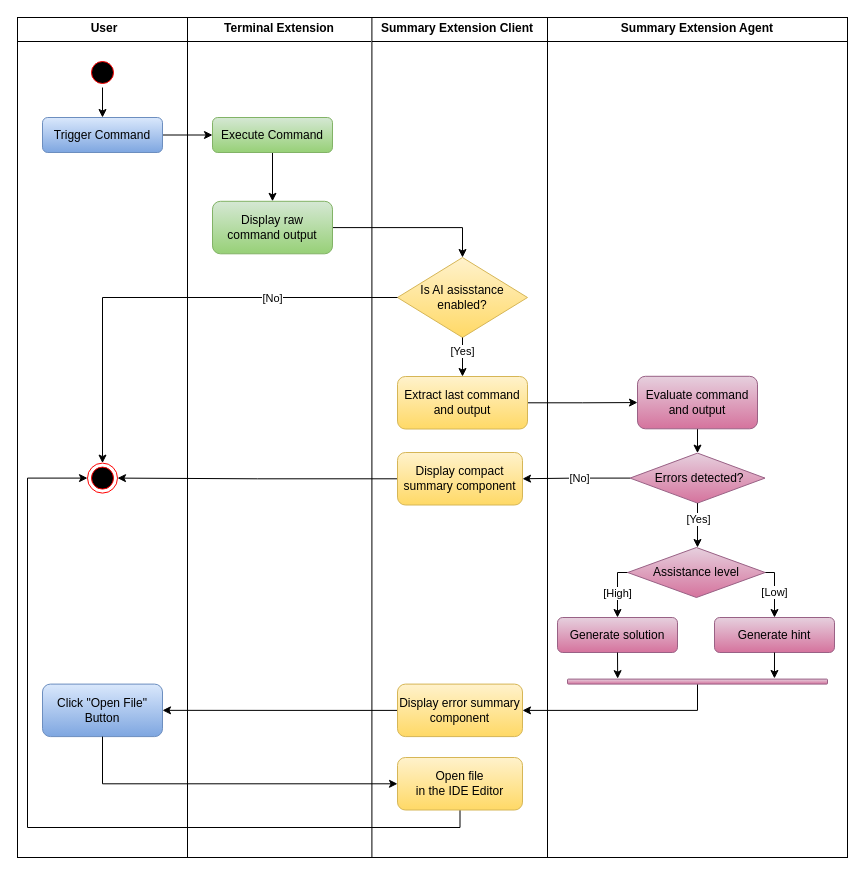
This is figures/activitydiagram.drawio from Fangoling/bachelor-thesis, a draw.io file, before an edit. Source tidied: cells renumbered, new cells numbered last; positions are measured from the earlier drawing's top-left corner, leaving out a move shared by most shapes. Both pictures are drawn from the tidied source at 100%, with x=0, y=0 at pixel (17, 17).
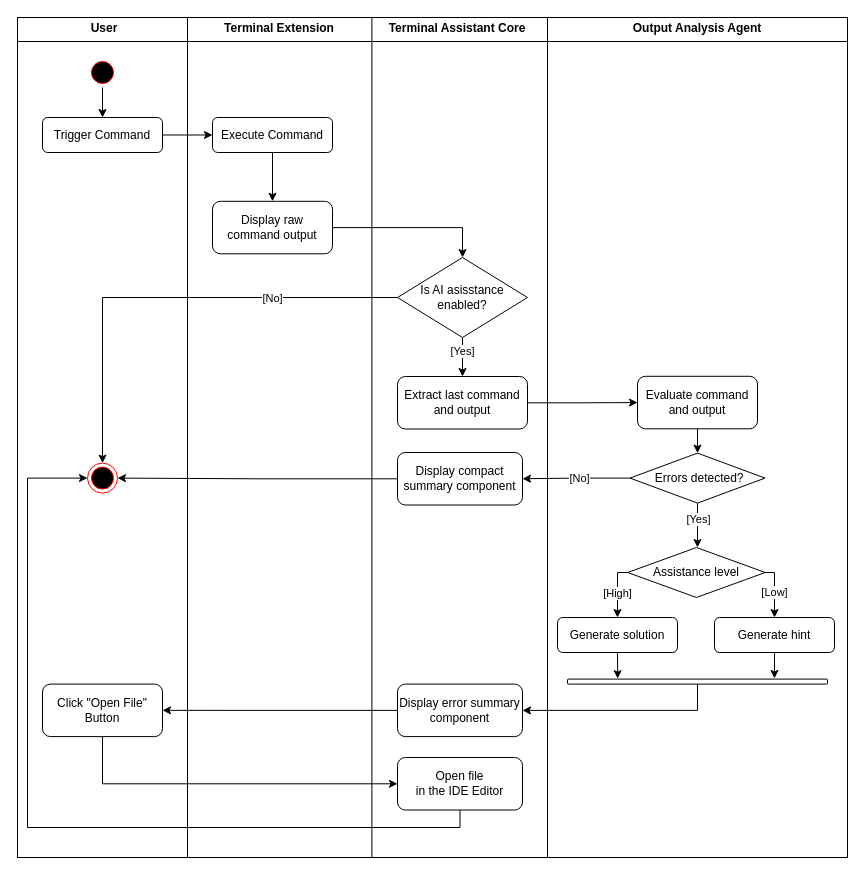
After the change.

Change to the diagram source:
```diff
@@
-    <mxCell id="2" value="&lt;p style=&quot;margin:0px;margin-top:4px;text-align:center;&quot;&gt;&lt;b&gt;Summary Extension Client&lt;/b&gt;&lt;/p&gt;&lt;hr size=&quot;1&quot; style=&quot;border-style:solid;&quot;&gt;&lt;div style=&quot;height:2px;&quot;&gt;&lt;br&gt;&lt;/div&gt;" style="verticalAlign=top;align=left;overflow=fill;html=1;whiteSpace=wrap;" parent="1" vertex="1">
+    <mxCell id="2" value="&lt;p style=&quot;margin:0px;margin-top:4px;text-align:center;&quot;&gt;&lt;b&gt;Terminal Assistant Core&lt;/b&gt;&lt;/p&gt;&lt;hr size=&quot;1&quot; style=&quot;border-style:solid;&quot;&gt;&lt;div style=&quot;height:2px;&quot;&gt;&lt;br&gt;&lt;/div&gt;" style="verticalAlign=top;align=left;overflow=fill;html=1;whiteSpace=wrap;" parent="1" vertex="1">
       <mxGeometry x="350" width="180" height="840" as="geometry" />
     </mxCell>
@@
-    <mxCell id="5" value="&lt;p style=&quot;margin:0px;margin-top:4px;text-align:center;&quot;&gt;&lt;b&gt;Summary Extension Agent&lt;/b&gt;&lt;/p&gt;&lt;hr size=&quot;1&quot; style=&quot;border-style:solid;&quot;&gt;&lt;div style=&quot;height:2px;&quot;&gt;&lt;br&gt;&lt;/div&gt;" style="verticalAlign=top;align=left;overflow=fill;html=1;whiteSpace=wrap;" parent="1" vertex="1">
+    <mxCell id="5" value="&lt;p style=&quot;margin:0px;margin-top:4px;text-align:center;&quot;&gt;&lt;b&gt;Output Analysis Agent&lt;/b&gt;&lt;/p&gt;&lt;hr size=&quot;1&quot; style=&quot;border-style:solid;&quot;&gt;&lt;div style=&quot;height:2px;&quot;&gt;&lt;br&gt;&lt;/div&gt;" style="verticalAlign=top;align=left;overflow=fill;html=1;whiteSpace=wrap;" parent="1" vertex="1">
       <mxGeometry x="530" width="300" height="840" as="geometry" />
     </mxCell>
@@
-    <mxCell id="7" value="Trigger Command" style="rounded=1;whiteSpace=wrap;html=1;fillColor=#dae8fc;gradientColor=#7ea6e0;strokeColor=#6c8ebf;" parent="1" vertex="1">
+    <mxCell id="7" value="Trigger Command" style="rounded=1;whiteSpace=wrap;html=1;" parent="1" vertex="1">
       <mxGeometry x="25" y="100" width="120" height="35" as="geometry" />
     </mxCell>
@@
-    <mxCell id="10" value="Click &quot;Open File&quot; Button" style="rounded=1;whiteSpace=wrap;html=1;fillColor=#dae8fc;gradientColor=#7ea6e0;strokeColor=#6c8ebf;" parent="1" vertex="1">
+    <mxCell id="10" value="Click &quot;Open File&quot; Button" style="rounded=1;whiteSpace=wrap;html=1;" parent="1" vertex="1">
       <mxGeometry x="25" y="666.6" width="120" height="52.5" as="geometry" />
     </mxCell>
-    <mxCell id="11" value="Is AI asisstance enabled?" style="rhombus;whiteSpace=wrap;html=1;fillColor=#fff2cc;gradientColor=#ffd966;strokeColor=#d6b656;" parent="1" vertex="1">
+    <mxCell id="11" value="Is AI asisstance enabled?" style="rhombus;whiteSpace=wrap;html=1;" parent="1" vertex="1">
       <mxGeometry x="380" y="240" width="130" height="80" as="geometry" />
     </mxCell>
@@
-    <mxCell id="13" value="Display raw command o&lt;span style=&quot;background-color: transparent; color: light-dark(rgb(0, 0, 0), rgb(255, 255, 255));&quot;&gt;utput&lt;/span&gt;" style="rounded=1;whiteSpace=wrap;html=1;fillColor=#d5e8d4;gradientColor=#97d077;strokeColor=#82b366;" parent="1" vertex="1">
+    <mxCell id="13" value="Display raw command o&lt;span style=&quot;background-color: transparent; color: light-dark(rgb(0, 0, 0), rgb(255, 255, 255));&quot;&gt;utput&lt;/span&gt;" style="rounded=1;whiteSpace=wrap;html=1;" parent="1" vertex="1">
       <mxGeometry x="195" y="183.8" width="120" height="52.5" as="geometry" />
     </mxCell>
@@
-    <mxCell id="17" value="Generate solution" style="rounded=1;whiteSpace=wrap;html=1;fillColor=#e6d0de;gradientColor=#d5739d;strokeColor=#996185;" parent="1" vertex="1">
+    <mxCell id="17" value="Generate solution" style="rounded=1;whiteSpace=wrap;html=1;" parent="1" vertex="1">
       <mxGeometry x="540" y="600" width="120" height="35" as="geometry" />
     </mxCell>
@@
-    <mxCell id="20" value="Generate hint" style="rounded=1;whiteSpace=wrap;html=1;fillColor=#e6d0de;gradientColor=#d5739d;strokeColor=#996185;" parent="1" vertex="1">
+    <mxCell id="20" value="Generate hint" style="rounded=1;whiteSpace=wrap;html=1;" parent="1" vertex="1">
       <mxGeometry x="697" y="600" width="120" height="35" as="geometry" />
     </mxCell>
@@
-    <mxCell id="23" value="Display error summary component" style="rounded=1;whiteSpace=wrap;html=1;fillColor=#fff2cc;gradientColor=#ffd966;strokeColor=#d6b656;" parent="1" vertex="1">
+    <mxCell id="23" value="Display error summary component" style="rounded=1;whiteSpace=wrap;html=1;" parent="1" vertex="1">
       <mxGeometry x="380" y="666.6" width="125" height="52.5" as="geometry" />
     </mxCell>
@@
-    <mxCell id="25" value="Evaluate command and output" style="rounded=1;whiteSpace=wrap;html=1;fillColor=#e6d0de;gradientColor=#d5739d;strokeColor=#996185;" parent="1" vertex="1">
+    <mxCell id="25" value="Evaluate command and output" style="rounded=1;whiteSpace=wrap;html=1;" parent="1" vertex="1">
       <mxGeometry x="620" y="358.8" width="120" height="52.5" as="geometry" />
     </mxCell>
@@
-    <mxCell id="27" value="&amp;nbsp;Errors detected?" style="rhombus;whiteSpace=wrap;html=1;fillColor=#e6d0de;gradientColor=#d5739d;strokeColor=#996185;" parent="1" vertex="1">
+    <mxCell id="27" value="&amp;nbsp;Errors detected?" style="rhombus;whiteSpace=wrap;html=1;" parent="1" vertex="1">
       <mxGeometry x="612.5" y="435.6" width="135" height="50" as="geometry" />
     </mxCell>
-    <mxCell id="28" value="Assistance level" style="rhombus;whiteSpace=wrap;html=1;fillColor=#e6d0de;gradientColor=#d5739d;strokeColor=#996185;" parent="1" vertex="1">
+    <mxCell id="28" value="Assistance level" style="rhombus;whiteSpace=wrap;html=1;" parent="1" vertex="1">
       <mxGeometry x="610.2" y="530" width="137.5" height="50" as="geometry" />
     </mxCell>
@@
-    <mxCell id="30" style="rounded=1;whiteSpace=wrap;html=1;fillColor=#e6d0de;gradientColor=#d5739d;strokeColor=#996185;" parent="1" vertex="1">
+    <mxCell id="30" style="rounded=1;whiteSpace=wrap;html=1;" parent="1" vertex="1">
       <mxGeometry x="550" y="661.6" width="260" height="5" as="geometry" />
     </mxCell>
@@
-    <mxCell id="33" value="Display compact summary component" style="rounded=1;whiteSpace=wrap;html=1;fillColor=#fff2cc;gradientColor=#ffd966;strokeColor=#d6b656;" parent="1" vertex="1">
+    <mxCell id="33" value="Display compact summary component" style="rounded=1;whiteSpace=wrap;html=1;" parent="1" vertex="1">
       <mxGeometry x="380" y="435" width="125" height="52.5" as="geometry" />
     </mxCell>
@@
-    <mxCell id="38" value="Extract last command and output" style="rounded=1;whiteSpace=wrap;html=1;fillColor=#fff2cc;gradientColor=#ffd966;strokeColor=#d6b656;" parent="1" vertex="1">
+    <mxCell id="38" value="Extract last command and output" style="rounded=1;whiteSpace=wrap;html=1;" parent="1" vertex="1">
       <mxGeometry x="380" y="359" width="130" height="52.5" as="geometry" />
     </mxCell>
@@
-    <mxCell id="41" value="Open file&lt;div&gt;in the IDE Editor&lt;/div&gt;" style="rounded=1;whiteSpace=wrap;html=1;fillColor=#fff2cc;gradientColor=#ffd966;strokeColor=#d6b656;" parent="1" vertex="1">
+    <mxCell id="41" value="Open file&lt;div&gt;in the IDE Editor&lt;/div&gt;" style="rounded=1;whiteSpace=wrap;html=1;" parent="1" vertex="1">
       <mxGeometry x="380" y="740" width="125" height="52.5" as="geometry" />
     </mxCell>
@@
-    <mxCell id="45" value="Execute Command" style="rounded=1;whiteSpace=wrap;html=1;fillColor=#d5e8d4;gradientColor=#97d077;strokeColor=#82b366;" parent="1" vertex="1">
+    <mxCell id="45" value="Execute Command" style="rounded=1;whiteSpace=wrap;html=1;" parent="1" vertex="1">
       <mxGeometry x="195" y="100" width="120" height="35" as="geometry" />
     </mxCell>
```
